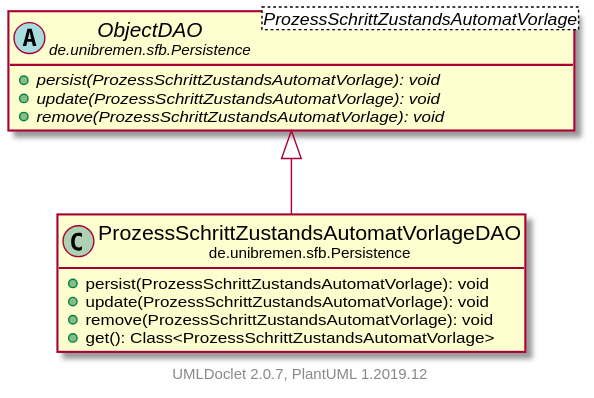
Before: doc/UML/modulsichtSVG/ProzessSchrittZustandsAutomatVorlageDAO.svg, a diagram exported from PlantUML (fkehlenb/softwareprojekt-2).
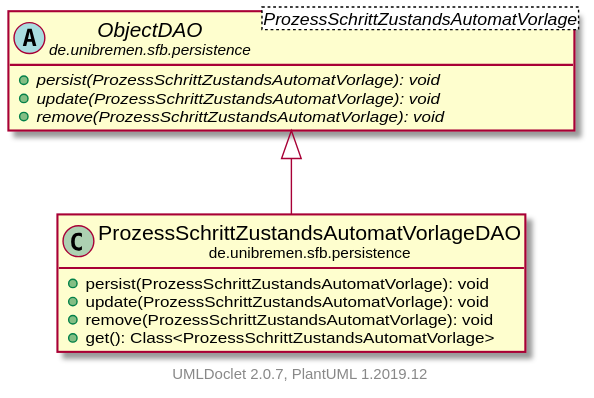
Later version of the same file.

Change to the diagram source:
```diff
@@ -3,20 +3,20 @@
     hide empty fields
     hide empty methods
 
-    class "<size:14>ProzessSchrittZustandsAutomatVorlageDAO\n<size:10>de.unibremen.sfb.Persistence" as de.unibremen.sfb.Persistence.ProzessSchrittZustandsAutomatVorlageDAO [[ProzessSchrittZustandsAutomatVorlageDAO.html]] {
+    class "<size:14>ProzessSchrittZustandsAutomatVorlageDAO\n<size:10>de.unibremen.sfb.persistence" as de.unibremen.sfb.persistence.ProzessSchrittZustandsAutomatVorlageDAO [[ProzessSchrittZustandsAutomatVorlageDAO.html]] {
         +persist(ProzessSchrittZustandsAutomatVorlage): void
         +update(ProzessSchrittZustandsAutomatVorlage): void
         +remove(ProzessSchrittZustandsAutomatVorlage): void
         +get(): Class<ProzessSchrittZustandsAutomatVorlage>
     }
 
-    abstract class "<size:14>ObjectDAO\n<size:10>de.unibremen.sfb.Persistence" as de.unibremen.sfb.Persistence.ObjectDAO<ProzessSchrittZustandsAutomatVorlage> [[ObjectDAO.html]] {
+    abstract class "<size:14>ObjectDAO\n<size:10>de.unibremen.sfb.persistence" as de.unibremen.sfb.persistence.ObjectDAO<ProzessSchrittZustandsAutomatVorlage> [[ObjectDAO.html]] {
         {abstract} +persist(ProzessSchrittZustandsAutomatVorlage): void
         {abstract} +update(ProzessSchrittZustandsAutomatVorlage): void
         {abstract} +remove(ProzessSchrittZustandsAutomatVorlage): void
     }
 
-    de.unibremen.sfb.Persistence.ObjectDAO <|-- de.unibremen.sfb.Persistence.ProzessSchrittZustandsAutomatVorlageDAO
+    de.unibremen.sfb.persistence.ObjectDAO <|-- de.unibremen.sfb.persistence.ProzessSchrittZustandsAutomatVorlageDAO
 
     center footer UMLDoclet 2.0.7, PlantUML 1.2019.12
 @enduml
```
